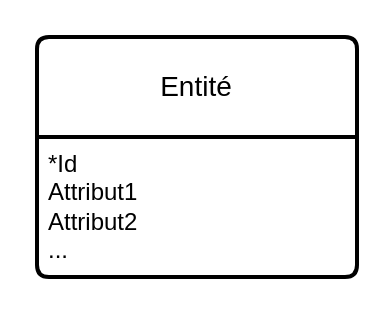
wilcar/BDD keeps this draw.io diagram as générique-entité1.drawio. Above is the earlier version. Source tidied: cells renumbered, new cells numbered last; positions are measured from the earlier drawing's top-left corner, leaving out a move shared by most shapes. Both pictures are drawn from the tidied source at 200%, with x=0, y=0 at pixel (36, 36).
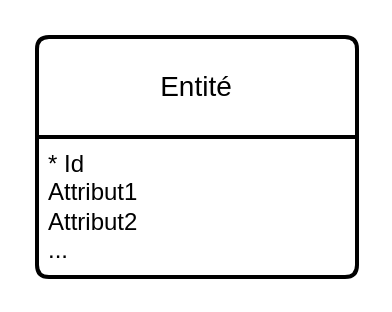
The same page after the edit.

Commit message:
Mettre à jour générique-entité1.drawio

Change to the diagram source:
```diff
@@
 <mxGraphModel>
   <root>
     <mxCell id="0" />
     <mxCell id="1" parent="0" />
     <mxCell id="2" value="Entité" style="swimlane;horizontal=1;startSize=50;rounded=1;fontSize=14;fontStyle=0;strokeWidth=2;shadow=0;dashed=0;align=center;arcSize=4;whiteSpace=wrap;html=1;" parent="1" vertex="1">
       <mxGeometry width="160" height="120" as="geometry" />
     </mxCell>
-    <mxCell id="3" value="*Id&lt;br&gt;Attribut1&lt;br&gt;&lt;div&gt;Attribut2&lt;/div&gt;&lt;div&gt;...&lt;br&gt;&lt;/div&gt;" style="align=left;strokeColor=none;fillColor=none;spacingLeft=4;fontSize=12;verticalAlign=top;html=1;" parent="2" vertex="1">
-      <mxGeometry y="50" width="160" height="70" as="geometry" />
-    </mxCell>
+    <mxCell id="4" value="&lt;div&gt;* Id&lt;/div&gt;&lt;div&gt;Attribut1&lt;/div&gt;&lt;div&gt;Attribut2&lt;/div&gt;&lt;div&gt;...&lt;br&gt;&lt;/div&gt;" style="align=left;strokeColor=none;fillColor=none;spacingLeft=4;fontSize=12;verticalAlign=top;html=1;" parent="2" vertex="1">
+      <mxGeometry y="50" width="160" height="70" as="geometry" />
+    </mxCell>
   </root>
 </mxGraphModel>
```
